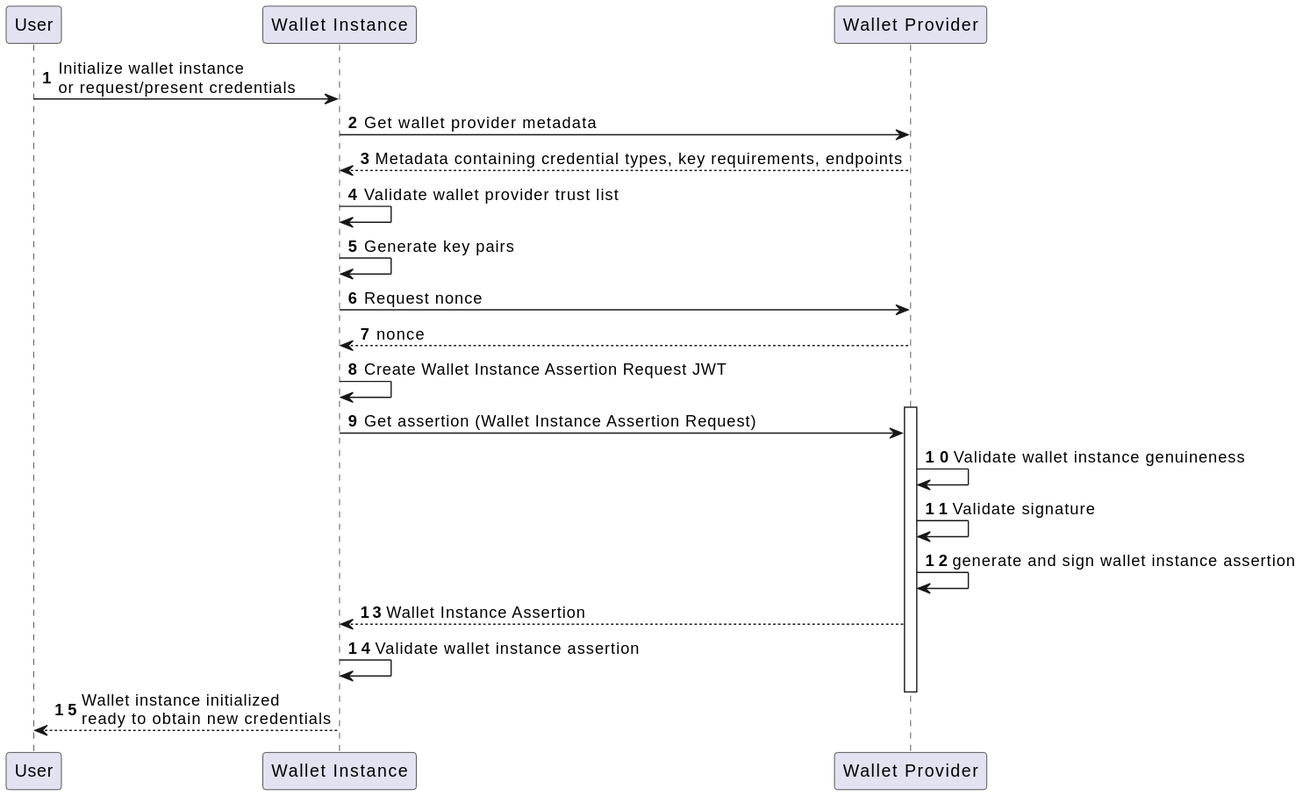
This is images/dynamic_view_sequence_wallet_instance_attestation.svg from italia/eudi-wallet-it-docs, a PlantUML export, as it was before one commit.
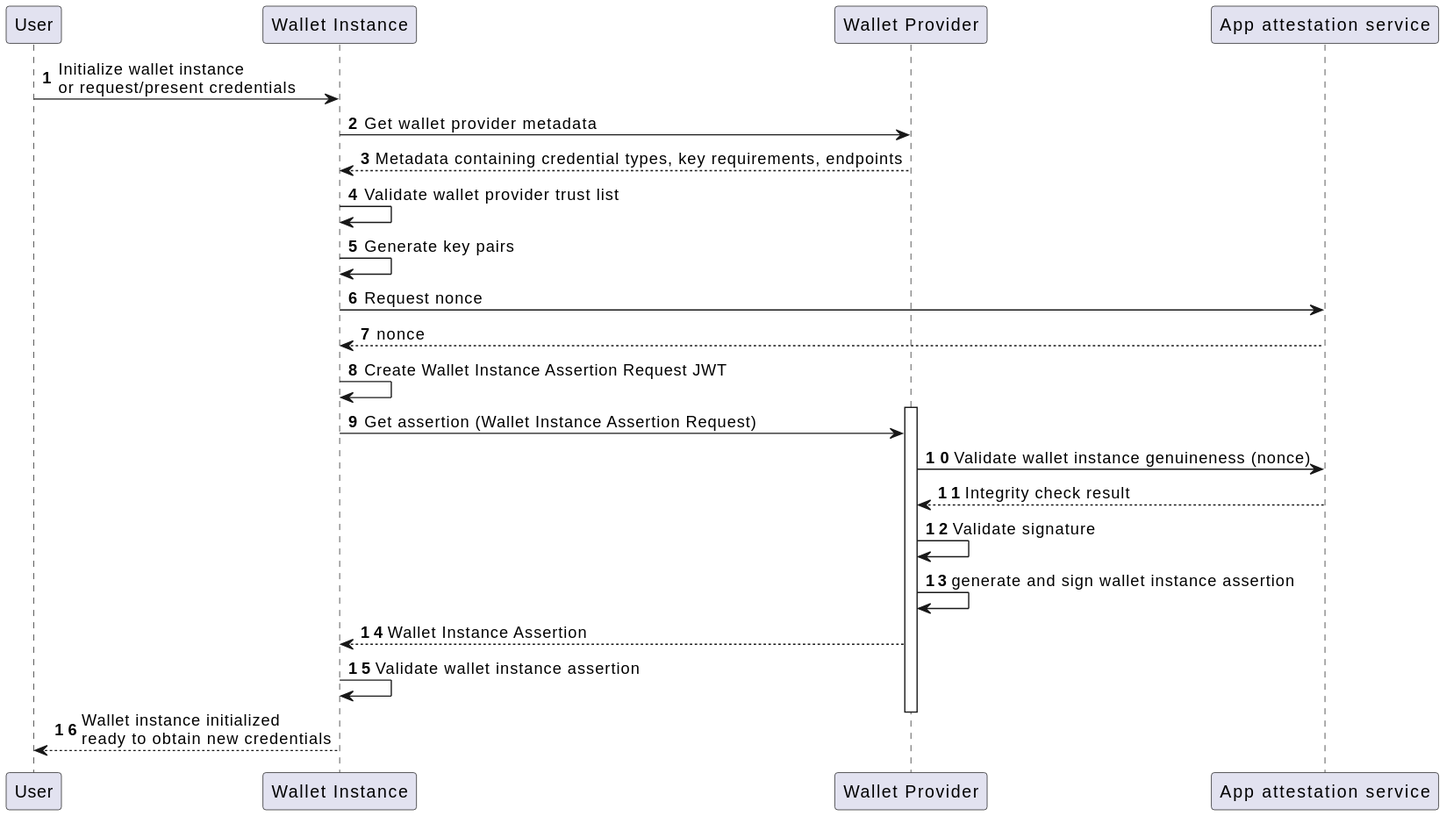
After the commit.

Commit message:
Add attestation service

What changed in the source:
```diff
@@ -5,19 +5,21 @@
 participant "User" as u
 participant "Wallet Instance" as wi
 participant "Wallet Provider" as wb
+participant "App attestation service" as att
 
 u -> wi: Initialize wallet instance\nor request/present credentials
 wi->wb: Get wallet provider metadata
 wb-->wi: Metadata containing credential types, key requirements, endpoints
 wi->wi: Validate wallet provider trust list
 wi -> wi: Generate key pairs
-wi -> wb: Request nonce
-wb --> wi: nonce
+wi -> att: Request nonce
+att --> wi: nonce
 
 wi->wi: Create Wallet Instance Assertion Request JWT
 activate wb
 wi->wb: Get assertion (Wallet Instance Assertion Request)
-wb->wb: Validate wallet instance genuineness
+wb->att: Validate wallet instance genuineness (nonce)
+att-->wb: Integrity check result
 wb->wb: Validate signature
 wb->wb: generate and sign wallet instance assertion
 wb-->wi: Wallet Instance Assertion
```
